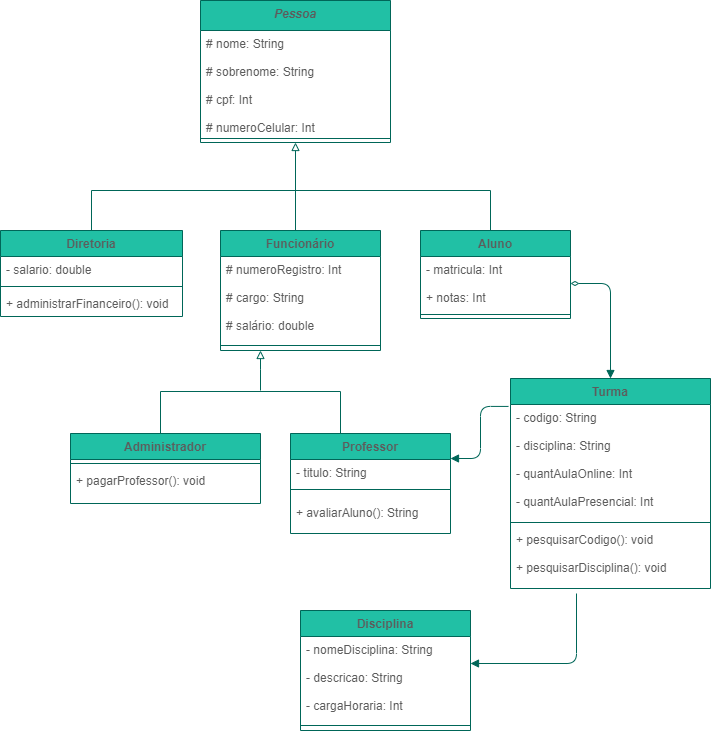
Before: checkpoint2.POO.drawio.png, a diagram exported from draw.io (kari-osk/checkpoint2-poo). Source tidied: cells renumbered, new cells last; positions are measured from the earlier drawing's top-left corner, leaving out a move shared by most shapes.
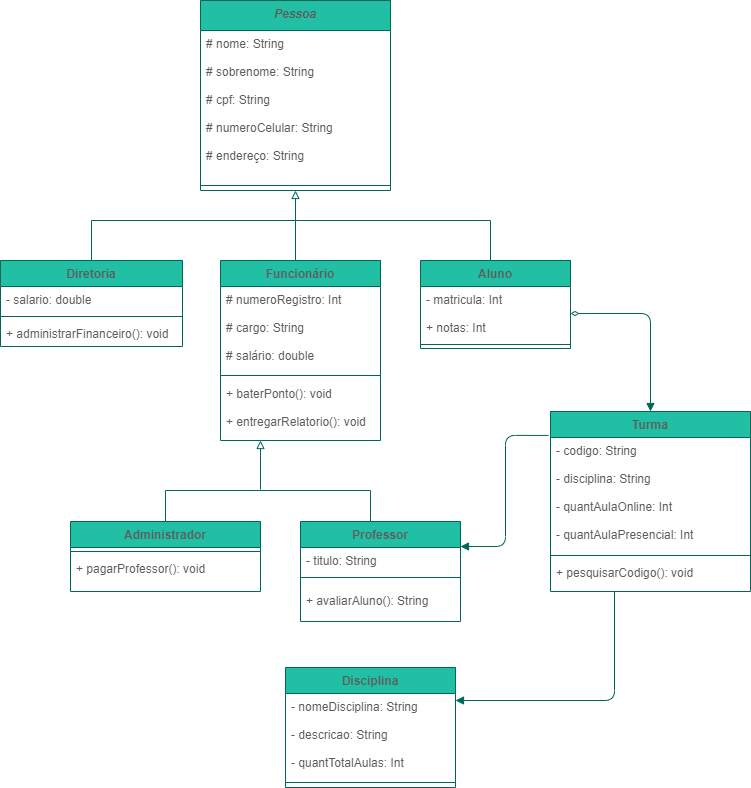
The same file after the commit.

What changed in the source:
```diff
@@ -3,13 +3,13 @@
     <mxCell id="0" />
     <mxCell id="1" parent="0" />
     <mxCell id="2" value="Pessoa" style="swimlane;fontStyle=3;align=center;verticalAlign=top;horizontal=1;startSize=30;fillColor=#21C0A5;strokeColor=#006658;fontColor=#5C5C5C;" parent="1" vertex="1">
-      <mxGeometry x="200" width="190" height="142" as="geometry" />
+      <mxGeometry x="200" y="-30" width="190" height="190" as="geometry" />
     </mxCell>
-    <mxCell id="3" value="# nome: String&#10;&#10;# sobrenome: String&#10;&#10;# cpf: Int&#10;&#10;# numeroCelular: Int&#10;&#10;# endereço: String&#10;" style="text;strokeColor=none;fillColor=none;align=left;verticalAlign=top;spacingLeft=4;spacingRight=4;overflow=hidden;fontColor=#5C5C5C;" parent="2" vertex="1">
-      <mxGeometry y="30" width="190" height="104" as="geometry" />
+    <mxCell id="3" value="# nome: String&#10;&#10;# sobrenome: String&#10;&#10;# cpf: String&#10;&#10;# numeroCelular: String&#10;&#10;# endereço: String&#10;" style="text;strokeColor=none;fillColor=none;align=left;verticalAlign=top;spacingLeft=4;spacingRight=4;overflow=hidden;fontColor=#5C5C5C;" parent="2" vertex="1">
+      <mxGeometry y="30" width="190" height="150" as="geometry" />
     </mxCell>
     <mxCell id="4" style="line;strokeWidth=1;fillColor=none;align=left;verticalAlign=middle;spacingTop=-1;spacingLeft=3;spacingRight=3;labelPosition=right;strokeColor=#006658;fontColor=#5C5C5C;" parent="2" vertex="1">
-      <mxGeometry y="134" width="190" height="8" as="geometry" />
+      <mxGeometry y="180" width="190" height="10" as="geometry" />
     </mxCell>
     <mxCell id="5" value="Diretoria" style="swimlane;fontStyle=1;align=center;verticalAlign=top;horizontal=1;startSize=26;fillColor=#21C0A5;strokeColor=#006658;fontColor=#5C5C5C;" parent="1" vertex="1">
       <mxGeometry y="230" width="182" height="86" as="geometry" />
@@ -24,7 +24,7 @@
       <mxGeometry y="60" width="182" height="26" as="geometry" />
     </mxCell>
     <mxCell id="9" value="Administrador" style="swimlane;fontStyle=1;align=center;verticalAlign=top;horizontal=1;startSize=26;fillColor=#21C0A5;strokeColor=#006658;fontColor=#5C5C5C;" parent="1" vertex="1">
-      <mxGeometry x="70" y="433" width="190" height="70" as="geometry" />
+      <mxGeometry x="70" y="491" width="190" height="70" as="geometry" />
     </mxCell>
     <mxCell id="10" style="line;strokeWidth=1;fillColor=none;align=left;verticalAlign=middle;spacingTop=-1;spacingLeft=3;spacingRight=3;labelPosition=right;strokeColor=#006658;fontColor=#5C5C5C;" parent="9" vertex="1">
       <mxGeometry y="26" width="190" height="8" as="geometry" />
@@ -33,7 +33,7 @@
       <mxGeometry y="34" width="190" height="36" as="geometry" />
     </mxCell>
     <mxCell id="12" value="Professor" style="swimlane;fontStyle=1;align=center;verticalAlign=top;horizontal=1;startSize=26;fillColor=#21C0A5;strokeColor=#006658;fontColor=#5C5C5C;" parent="1" vertex="1">
-      <mxGeometry x="290" y="433" width="160" height="100" as="geometry" />
+      <mxGeometry x="300" y="491" width="160" height="100" as="geometry" />
     </mxCell>
     <mxCell id="13" value="- titulo: String" style="text;strokeColor=none;fillColor=none;align=left;verticalAlign=top;spacingLeft=4;spacingRight=4;overflow=hidden;fontColor=#5C5C5C;" parent="12" vertex="1">
       <mxGeometry y="26" width="160" height="20" as="geometry" />
@@ -70,7 +70,7 @@
       </mxGeometry>
     </mxCell>
     <mxCell id="21" value="Turma" style="swimlane;fontStyle=1;align=center;verticalAlign=top;horizontal=1;startSize=26;rounded=0;sketch=0;fontColor=#5C5C5C;strokeColor=#006658;fillColor=#21C0A5;" parent="1" vertex="1">
-      <mxGeometry x="510" y="378" width="200" height="210" as="geometry" />
+      <mxGeometry x="550" y="381" width="200" height="180" as="geometry" />
     </mxCell>
     <mxCell id="22" value="- codigo: String&#10;&#10;- disciplina: String&#10;&#10;- quantAulaOnline: Int&#10;&#10;- quantAulaPresencial: Int" style="text;strokeColor=none;fillColor=none;align=left;verticalAlign=top;spacingLeft=4;spacingRight=4;overflow=hidden;rounded=0;sketch=0;fontColor=#5C5C5C;" parent="21" vertex="1">
       <mxGeometry y="26" width="200" height="114" as="geometry" />
@@ -78,11 +78,11 @@
     <mxCell id="23" style="line;strokeWidth=1;fillColor=none;align=left;verticalAlign=middle;spacingTop=-1;spacingLeft=3;spacingRight=3;labelPosition=right;rounded=0;sketch=0;fontColor=#5C5C5C;strokeColor=#006658;" parent="21" vertex="1">
       <mxGeometry y="140" width="200" height="8" as="geometry" />
     </mxCell>
-    <mxCell id="24" value="+ pesquisarCodigo(): void&#10;&#10;+ pesquisarDisciplina(): void" style="text;strokeColor=none;fillColor=none;align=left;verticalAlign=top;spacingLeft=4;spacingRight=4;overflow=hidden;points=[[0,0.5],[1,0.5]];portConstraint=eastwest;rounded=0;sketch=0;fontColor=#5C5C5C;" parent="21" vertex="1">
-      <mxGeometry y="148" width="200" height="62" as="geometry" />
-    </mxCell>
+    <mxCell id="36" value="+ pesquisarCodigo(): void" style="text;strokeColor=none;fillColor=none;align=left;verticalAlign=top;spacingLeft=4;spacingRight=4;overflow=hidden;points=[[0,0.5],[1,0.5]];portConstraint=eastwest;rounded=0;sketch=0;fontColor=#5C5C5C;" parent="21" vertex="1">
+      <mxGeometry y="148" width="200" height="32" as="geometry" />
+    </mxCell>
     <mxCell id="25" value="Funcionário" style="swimlane;fontStyle=1;align=center;verticalAlign=top;horizontal=1;startSize=26;rounded=0;sketch=0;fontColor=#5C5C5C;strokeColor=#006658;fillColor=#21C0A5;" parent="1" vertex="1">
-      <mxGeometry x="220" y="230" width="160" height="120" as="geometry" />
+      <mxGeometry x="220" y="230" width="160" height="180" as="geometry" />
     </mxCell>
     <mxCell id="26" value="# numeroRegistro: Int&#10;&#10;# cargo: String&#10;&#10;# salário: double&#10;" style="text;strokeColor=none;fillColor=none;align=left;verticalAlign=top;spacingLeft=4;spacingRight=4;overflow=hidden;rounded=0;sketch=0;fontColor=#5C5C5C;" parent="25" vertex="1">
       <mxGeometry y="26" width="160" height="84" as="geometry" />
@@ -90,24 +90,20 @@
     <mxCell id="27" style="line;strokeWidth=1;fillColor=none;align=left;verticalAlign=middle;spacingTop=-1;spacingLeft=3;spacingRight=3;labelPosition=right;rounded=0;sketch=0;fontColor=#5C5C5C;strokeColor=#006658;" parent="25" vertex="1">
       <mxGeometry y="110" width="160" height="10" as="geometry" />
     </mxCell>
+    <mxCell id="24" value="+ baterPonto(): void&#10;&#10;+ entregarRelatorio(): void" style="text;strokeColor=none;fillColor=none;align=left;verticalAlign=top;spacingLeft=4;spacingRight=4;overflow=hidden;points=[[0,0.5],[1,0.5]];portConstraint=eastwest;rounded=0;sketch=0;fontColor=#5C5C5C;" parent="25" vertex="1">
+      <mxGeometry y="120" width="160" height="60" as="geometry" />
+    </mxCell>
     <mxCell id="28" style="endArrow=none;html=1;edgeStyle=orthogonalEdgeStyle;rounded=0;strokeColor=#006658;fontColor=#5C5C5C;exitX=0.5;exitY=0;exitDx=0;exitDy=0;entryX=0.5;entryY=0;entryDx=0;entryDy=0;" parent="1" edge="1" source="9" target="12">
       <mxGeometry relative="1" as="geometry">
         <Array as="points">
-          <mxPoint x="160" y="433" />
-          <mxPoint x="160" y="391" />
-          <mxPoint x="340" y="391" />
-          <mxPoint x="340" y="433" />
+          <mxPoint x="165" y="460" />
+          <mxPoint x="370" y="460" />
         </Array>
       </mxGeometry>
     </mxCell>
-    <mxCell id="29" style="endArrow=block;html=1;edgeStyle=orthogonalEdgeStyle;rounded=0;strokeColor=#006658;fontColor=#5C5C5C;startArrow=none;startFill=0;endFill=0;" parent="1" edge="1">
+    <mxCell id="29" style="endArrow=block;html=1;edgeStyle=orthogonalEdgeStyle;rounded=0;strokeColor=#006658;fontColor=#5C5C5C;startArrow=none;startFill=0;endFill=0;entryX=0.25;entryY=1;entryDx=0;entryDy=0;entryPerimeter=0;" parent="1" edge="1" target="24">
       <mxGeometry relative="1" as="geometry">
-        <mxPoint x="260" y="390" as="sourcePoint" />
-        <mxPoint x="260" y="350" as="targetPoint" />
-        <Array as="points">
-          <mxPoint x="259.6" y="368.8" />
-          <mxPoint x="259.6" y="368.8" />
-        </Array>
+        <mxPoint x="260" y="459" as="sourcePoint" />
       </mxGeometry>
     </mxCell>
     <mxCell id="30" style="edgeStyle=orthogonalEdgeStyle;curved=0;rounded=1;sketch=0;jettySize=auto;html=1;exitX=1;exitY=0.5;exitDx=0;exitDy=0;entryX=0.5;entryY=0;entryDx=0;entryDy=0;fontColor=#5C5C5C;startArrow=diamondThin;startFill=0;endArrow=block;endFill=1;strokeColor=#006658;fillColor=#21C0A5;" parent="1" edge="1" source="17" target="21">
@@ -117,18 +113,19 @@
       <mxGeometry relative="1" as="geometry" />
     </mxCell>
     <mxCell id="32" value="Disciplina" style="swimlane;fontStyle=1;align=center;verticalAlign=top;horizontal=1;startSize=26;fillColor=#21C0A5;strokeColor=#006658;fontColor=#5C5C5C;" parent="1" vertex="1">
-      <mxGeometry x="300" y="610" width="170" height="120" as="geometry" />
+      <mxGeometry x="285" y="637" width="170" height="120" as="geometry" />
     </mxCell>
-    <mxCell id="33" value="- nomeDisciplina: String&#10;&#10;- descricao: String&#10;&#10;- cargaHoraria: Int" style="text;strokeColor=none;fillColor=none;align=left;verticalAlign=top;spacingLeft=4;spacingRight=4;overflow=hidden;points=[[0,0.5],[1,0.5]];portConstraint=eastwest;fontColor=#5C5C5C;" parent="32" vertex="1">
+    <mxCell id="33" value="- nomeDisciplina: String&#10;&#10;- descricao: String&#10;&#10;- quantTotalAulas: Int" style="text;strokeColor=none;fillColor=none;align=left;verticalAlign=top;spacingLeft=4;spacingRight=4;overflow=hidden;points=[[0,0.5],[1,0.5]];portConstraint=eastwest;fontColor=#5C5C5C;" parent="32" vertex="1">
       <mxGeometry y="26" width="170" height="84" as="geometry" />
     </mxCell>
     <mxCell id="34" style="line;strokeWidth=1;fillColor=none;align=left;verticalAlign=middle;spacingTop=-1;spacingLeft=3;spacingRight=3;labelPosition=right;strokeColor=#006658;fontColor=#5C5C5C;" parent="32" vertex="1">
       <mxGeometry y="110" width="170" height="10" as="geometry" />
     </mxCell>
-    <mxCell id="35" style="edgeStyle=orthogonalEdgeStyle;curved=0;rounded=1;sketch=0;orthogonalLoop=1;jettySize=auto;html=1;fontColor=#5C5C5C;startArrow=block;startFill=1;endArrow=none;endFill=0;strokeColor=#006658;fillColor=#21C0A5;" parent="1" edge="1">
+    <mxCell id="35" style="edgeStyle=orthogonalEdgeStyle;curved=0;rounded=1;sketch=0;jettySize=auto;html=1;fontColor=#5C5C5C;startArrow=block;startFill=1;endArrow=none;endFill=0;strokeColor=#006658;fillColor=#21C0A5;entryX=0.32;entryY=1;entryDx=0;entryDy=0;entryPerimeter=0;" parent="1" edge="1" source="33" target="36">
       <mxGeometry relative="1" as="geometry">
-        <mxPoint x="470" y="663" as="sourcePoint" />
-        <mxPoint x="576" y="593" as="targetPoint" />
+        <Array as="points">
+          <mxPoint x="614" y="670" />
+        </Array>
       </mxGeometry>
     </mxCell>
   </root>
```
